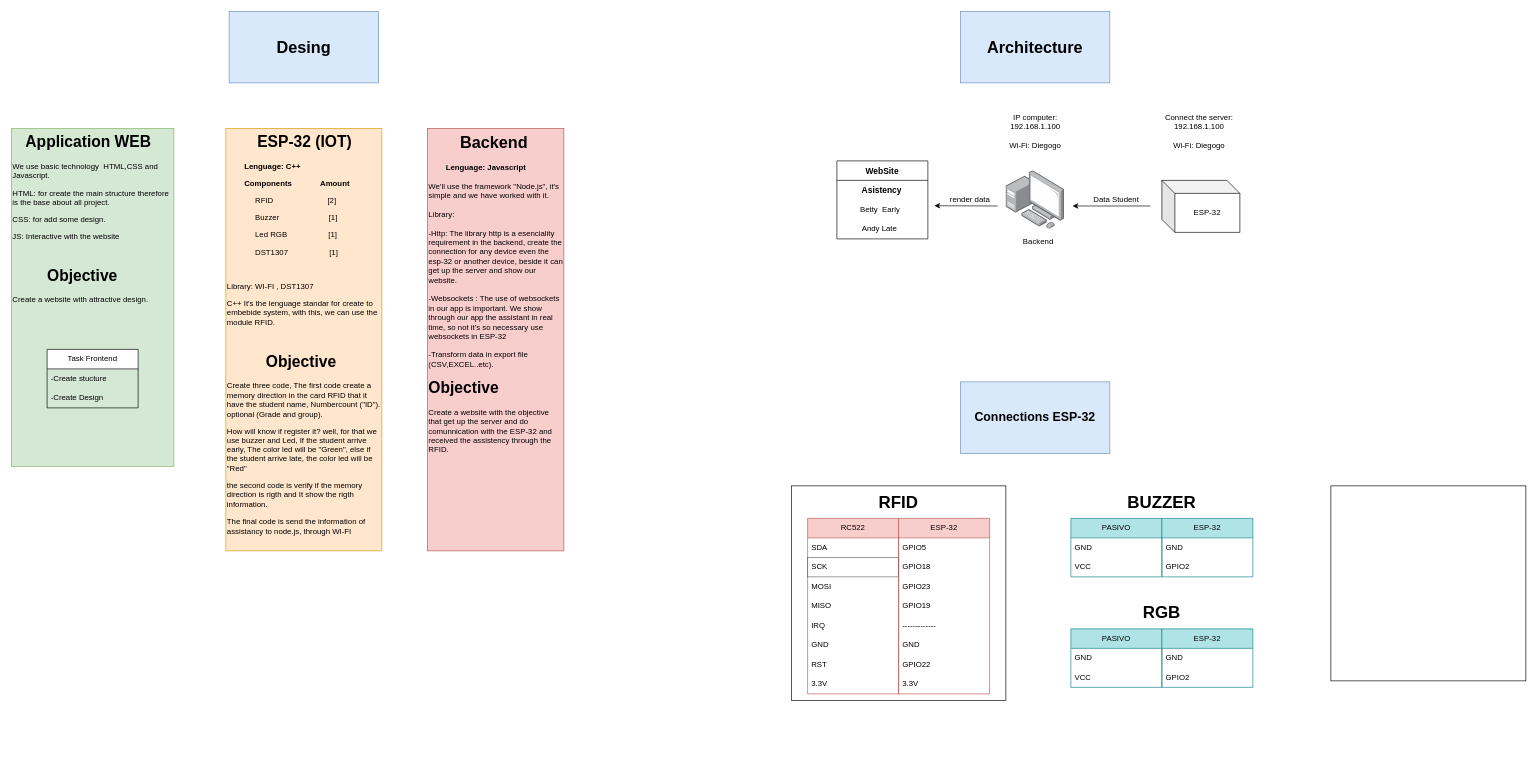
This is Plan.drawio from Andres-Arce/Smart-Classroom, a draw.io file, before an edit. Source tidied: cells renumbered, new cells numbered last; positions are measured from the earlier drawing's top-left corner, leaving out a move shared by most shapes. Both pictures are drawn from the tidied source at 65%, with x=0, y=0 at pixel (11, 11).
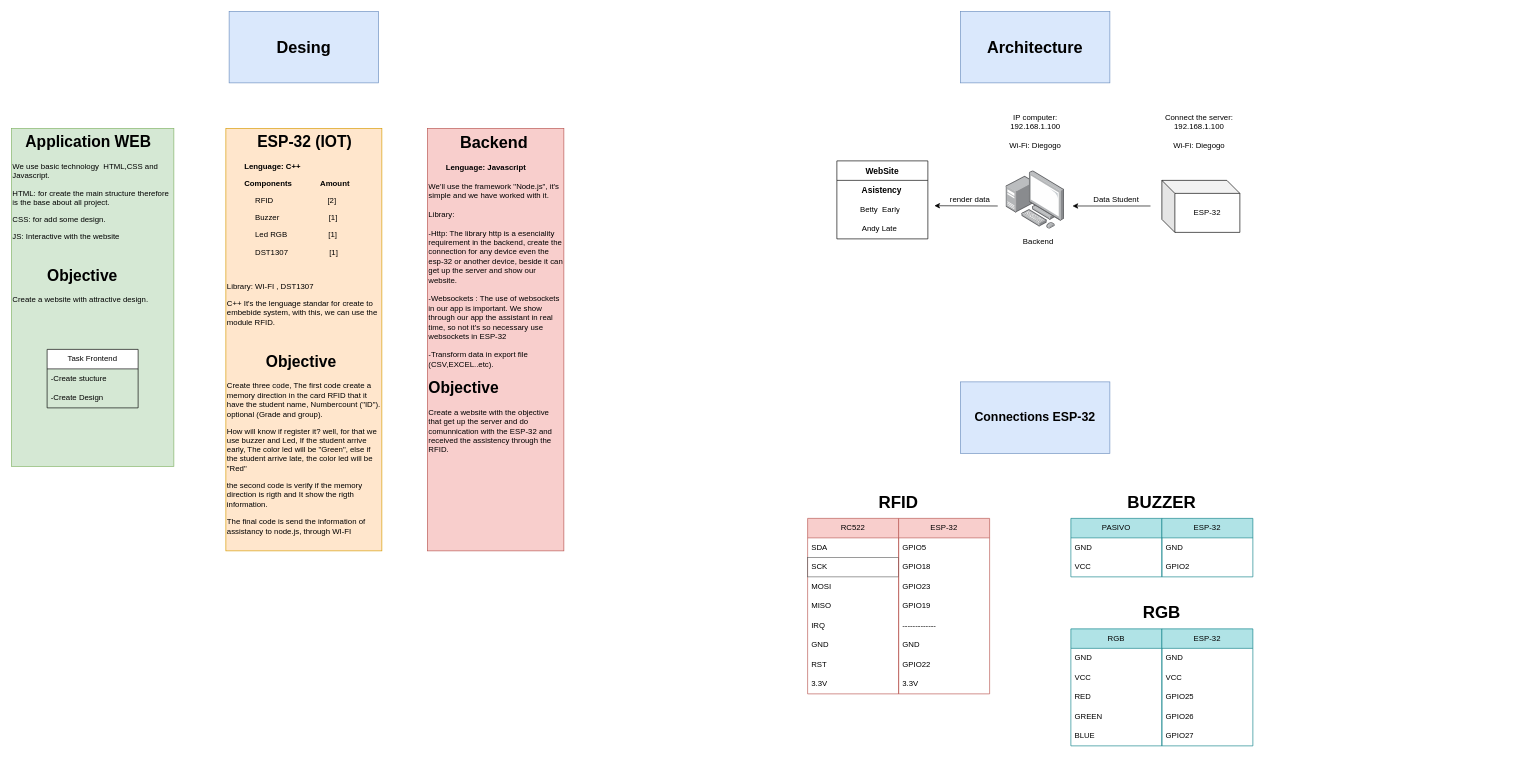
The same diagram, later.

Change to the diagram source:
```diff
@@
-    <mxCell id="43" style="whiteSpace=wrap;html=1;fillColor=none;" parent="1" vertex="1">
-      <mxGeometry x="1200" y="730" width="330" height="330" as="geometry" />
-    </mxCell>
@@
-    <mxCell id="51" style="whiteSpace=wrap;html=1;fillColor=none;" parent="1" vertex="1">
-      <mxGeometry x="2030" y="730" width="300" height="300" as="geometry" />
-    </mxCell>
-    <mxCell id="52" value="PASIVO" style="swimlane;fontStyle=0;horizontal=1;startSize=30;whiteSpace=wrap;html=1;fillColor=#b0e3e6;strokeColor=#0e8088;" parent="1" vertex="1">
-      <mxGeometry x="1630" y="950" width="140" height="90" as="geometry" />
+    <mxCell id="52" value="RGB" style="swimlane;fontStyle=0;horizontal=1;startSize=30;whiteSpace=wrap;html=1;fillColor=#b0e3e6;strokeColor=#0e8088;" parent="1" vertex="1">
+      <mxGeometry x="1630" y="950" width="140" height="180" as="geometry" />
     </mxCell>
@@
+    <mxCell id="59" value="RED" style="text;strokeColor=none;fillColor=none;align=left;verticalAlign=middle;spacingLeft=4;spacingRight=4;overflow=hidden;whiteSpace=wrap;html=1;" parent="52" vertex="1">
+      <mxGeometry y="90" width="140" height="30" as="geometry" />
+    </mxCell>
+    <mxCell id="60" value="GREEN" style="text;strokeColor=none;fillColor=none;align=left;verticalAlign=middle;spacingLeft=4;spacingRight=4;overflow=hidden;whiteSpace=wrap;html=1;" parent="52" vertex="1">
+      <mxGeometry y="120" width="140" height="30" as="geometry" />
+    </mxCell>
+    <mxCell id="61" value="BLUE" style="text;strokeColor=none;fillColor=none;align=left;verticalAlign=middle;spacingLeft=4;spacingRight=4;overflow=hidden;whiteSpace=wrap;html=1;" parent="52" vertex="1">
+      <mxGeometry y="150" width="140" height="30" as="geometry" />
+    </mxCell>
     <mxCell id="55" value="ESP-32" style="swimlane;fontStyle=0;horizontal=1;startSize=30;whiteSpace=wrap;html=1;fillColor=#b0e3e6;strokeColor=#0e8088;" parent="1" vertex="1">
-      <mxGeometry x="1770" y="950" width="140" height="90" as="geometry" />
+      <mxGeometry x="1770" y="950" width="140" height="180" as="geometry" />
     </mxCell>
@@
-    <mxCell id="57" value="GPIO2" style="text;strokeColor=none;fillColor=none;align=left;verticalAlign=middle;spacingLeft=4;spacingRight=4;overflow=hidden;whiteSpace=wrap;html=1;" parent="55" vertex="1">
+    <mxCell id="57" value="VCC" style="text;strokeColor=none;fillColor=none;align=left;verticalAlign=middle;spacingLeft=4;spacingRight=4;overflow=hidden;whiteSpace=wrap;html=1;" parent="55" vertex="1">
       <mxGeometry y="60" width="140" height="30" as="geometry" />
     </mxCell>
+    <mxCell id="62" value="GPIO25" style="text;strokeColor=none;fillColor=none;align=left;verticalAlign=middle;spacingLeft=4;spacingRight=4;overflow=hidden;whiteSpace=wrap;html=1;" parent="55" vertex="1">
+      <mxGeometry y="90" width="140" height="30" as="geometry" />
+    </mxCell>
+    <mxCell id="63" value="GPIO26" style="text;strokeColor=none;fillColor=none;align=left;verticalAlign=middle;spacingLeft=4;spacingRight=4;overflow=hidden;whiteSpace=wrap;html=1;" parent="55" vertex="1">
+      <mxGeometry y="120" width="140" height="30" as="geometry" />
+    </mxCell>
+    <mxCell id="64" value="GPIO27" style="text;strokeColor=none;fillColor=none;align=left;verticalAlign=middle;spacingLeft=4;spacingRight=4;overflow=hidden;whiteSpace=wrap;html=1;" parent="55" vertex="1">
+      <mxGeometry y="150" width="140" height="30" as="geometry" />
+    </mxCell>
```
